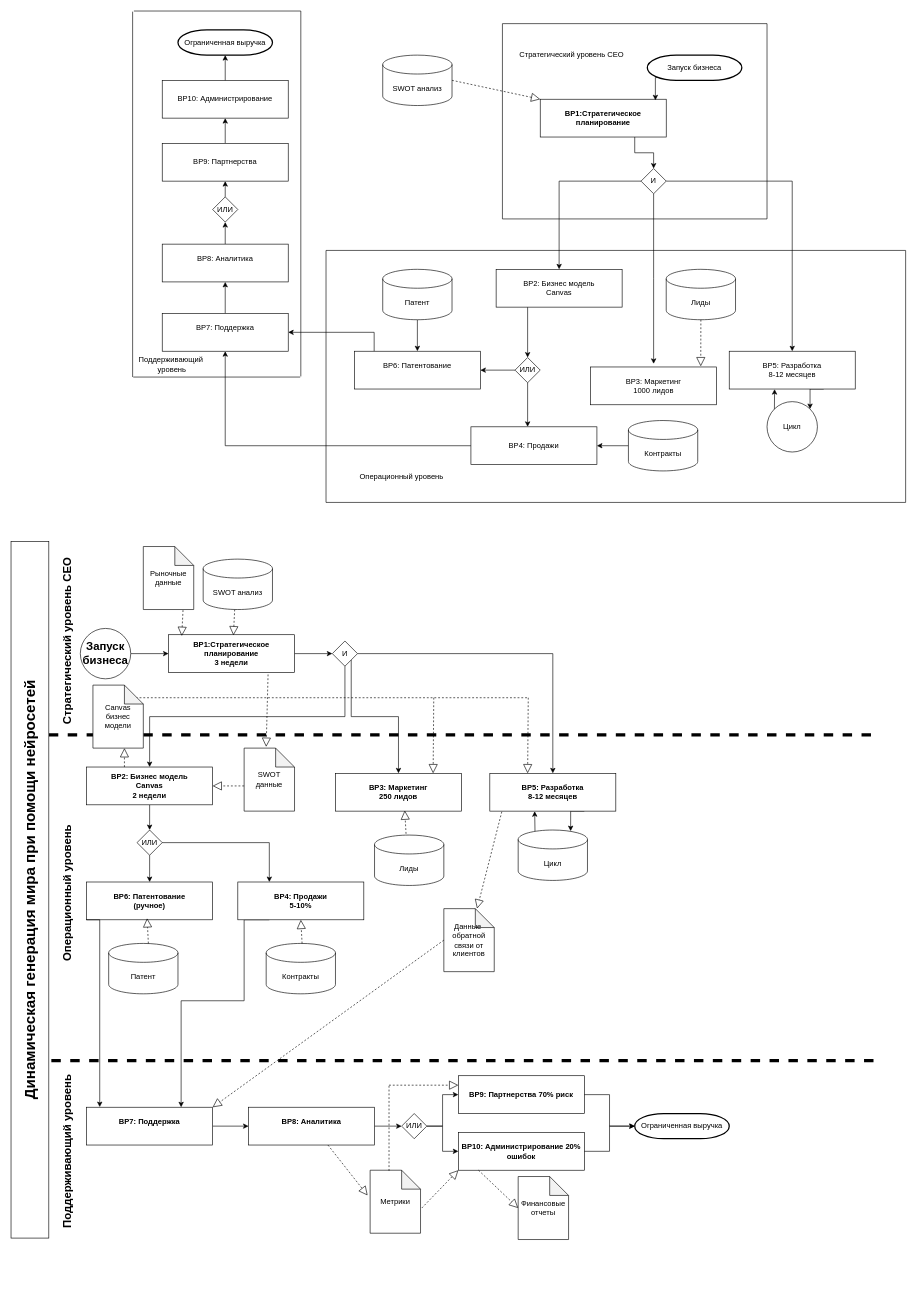
Earlier version of the draw.io diagram AS IS.drawio (Slavik993/Diplom_Shebanov_2026). Source tidied: cells renumbered, new cells numbered last; positions are measured from the earlier drawing's top-left corner, leaving out a move shared by most shapes. Both pictures are drawn from the tidied source at 63%, with x=0, y=0 at pixel (-319, 11).
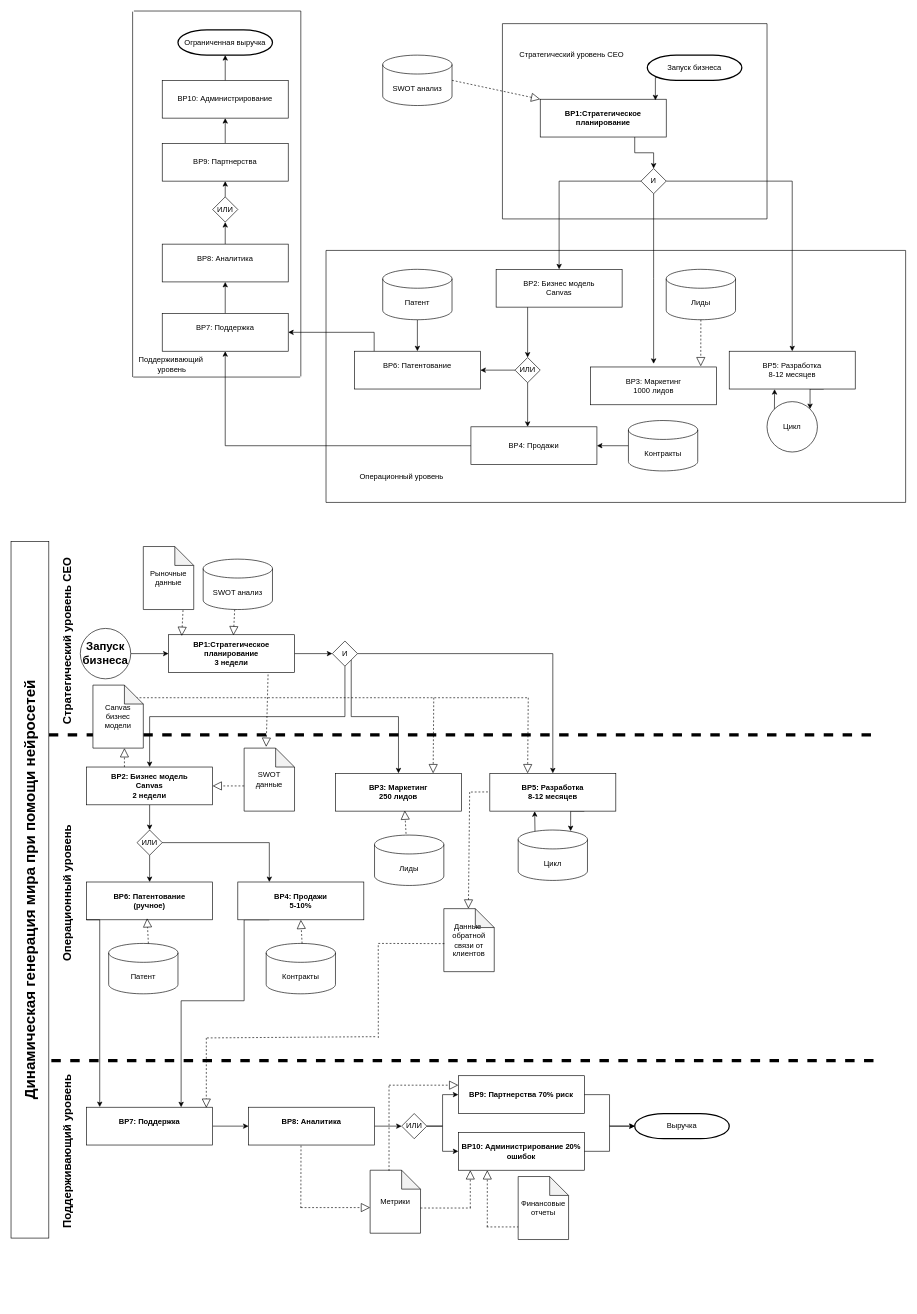
The same page after the edit.

The change refers to these unchanged cells:
```xml
<mxCell id="84" value="&lt;b&gt;BP5: Разработка&lt;br&gt;8-12 месяцев&lt;/b&gt;" style="rounded=0;whiteSpace=wrap;html=1;" parent="1" vertex="1">
  <mxGeometry x="1283" y="1210" width="200" height="60" as="geometry" />
</mxCell>
<mxCell id="92" value="&lt;b&gt;BP7: Поддержка&lt;/b&gt;&lt;div&gt;&lt;br&gt;&lt;/div&gt;" style="rounded=0;whiteSpace=wrap;html=1;" parent="1" vertex="1">
  <mxGeometry x="643" y="1740" width="200" height="60" as="geometry" />
</mxCell>
<mxCell id="100" value="&lt;b&gt;BP10: Администрирование 20% ошибок&lt;/b&gt;" style="rounded=0;whiteSpace=wrap;html=1;" parent="1" vertex="1">
  <mxGeometry x="1233" y="1780" width="200" height="60" as="geometry" />
</mxCell>
<mxCell id="116" value="Метрики" style="shape=note;whiteSpace=wrap;html=1;backgroundOutline=1;darkOpacity=0.05;" parent="1" vertex="1">
  <mxGeometry x="1093" y="1840" width="80" height="100" as="geometry" />
</mxCell>
<mxCell id="121" value="Финансовые отчеты" style="shape=note;whiteSpace=wrap;html=1;backgroundOutline=1;darkOpacity=0.05;" parent="1" vertex="1">
  <mxGeometry x="1328" y="1850" width="80" height="100" as="geometry" />
</mxCell>
<mxCell id="123" value="Данные&amp;nbsp; обратной связи от клиентов" style="shape=note;whiteSpace=wrap;html=1;backgroundOutline=1;darkOpacity=0.05;" parent="1" vertex="1">
  <mxGeometry x="1210" y="1424.8" width="80" height="100" as="geometry" />
</mxCell>
```

Diff of the diagram source:
```diff
@@
-    <mxCell id="101" value="Ограниченная выручка" style="strokeWidth=2;html=1;shape=mxgraph.flowchart.terminator;whiteSpace=wrap;" parent="1" vertex="1">
+    <mxCell id="101" value="Выручка" style="strokeWidth=2;html=1;shape=mxgraph.flowchart.terminator;whiteSpace=wrap;" parent="1" vertex="1">
       <mxGeometry x="1513" y="1750" width="150" height="40" as="geometry" />
     </mxCell>
@@
-    <mxCell id="117" style="endArrow=block;dashed=1;endFill=0;endSize=12;html=1;rounded=0;exitX=0.79;exitY=1.085;exitDx=0;exitDy=0;exitPerimeter=0;entryX=-0.05;entryY=0.4;entryDx=0;entryDy=0;entryPerimeter=0;" parent="1" edge="1" target="116">
-      <mxGeometry relative="1" as="geometry">
-        <mxPoint x="1026" y="1800" as="sourcePoint" />
-      </mxGeometry>
-    </mxCell>
-    <mxCell id="118" style="endArrow=block;dashed=1;endFill=0;endSize=12;html=1;rounded=0;exitX=0.79;exitY=1.085;exitDx=0;exitDy=0;exitPerimeter=0;entryX=0;entryY=1;entryDx=0;entryDy=0;" parent="1" edge="1" target="100">
-      <mxGeometry relative="1" as="geometry">
-        <mxPoint x="1175" y="1900" as="sourcePoint" />
-      </mxGeometry>
-    </mxCell>
@@
-    <mxCell id="122" style="endArrow=block;dashed=1;endFill=0;endSize=12;html=1;rounded=0;exitX=0.79;exitY=1.085;exitDx=0;exitDy=0;exitPerimeter=0;entryX=0;entryY=0.5;entryDx=0;entryDy=0;entryPerimeter=0;" parent="1" edge="1" target="121">
-      <mxGeometry relative="1" as="geometry">
-        <mxPoint x="1265" y="1840" as="sourcePoint" />
-      </mxGeometry>
-    </mxCell>
@@
-    <mxCell id="124" style="endArrow=block;dashed=1;endFill=0;endSize=12;html=1;rounded=0;exitX=0.095;exitY=1.017;exitDx=0;exitDy=0;exitPerimeter=0;" parent="1" edge="1" source="84" target="123">
-      <mxGeometry relative="1" as="geometry" />
-    </mxCell>
-    <mxCell id="125" style="endArrow=block;dashed=1;endFill=0;endSize=12;html=1;rounded=0;exitX=0;exitY=0.5;exitDx=0;exitDy=0;exitPerimeter=0;entryX=1;entryY=0;entryDx=0;entryDy=0;" parent="1" edge="1" source="123" target="92">
-      <mxGeometry relative="1" as="geometry" />
-    </mxCell>
+    <mxCell id="126" style="endArrow=none;dashed=1;html=1;rounded=0;" parent="1" edge="1">
+      <mxGeometry relative="1" as="geometry">
+        <mxPoint x="1105.9" y="1480" as="sourcePoint" />
+        <mxPoint x="1212.9" y="1480.3" as="targetPoint" />
+      </mxGeometry>
+    </mxCell>
+    <mxCell id="127" style="endArrow=none;dashed=1;html=1;rounded=0;" parent="1" edge="1">
+      <mxGeometry relative="1" as="geometry">
+        <mxPoint x="1106" y="1630" as="sourcePoint" />
+        <mxPoint x="1105.9" y="1480" as="targetPoint" />
+      </mxGeometry>
+    </mxCell>
+    <mxCell id="128" style="endArrow=none;dashed=1;html=1;rounded=0;" parent="1" edge="1">
+      <mxGeometry relative="1" as="geometry">
+        <mxPoint x="834" y="1630" as="sourcePoint" />
+        <mxPoint x="1103.9" y="1628" as="targetPoint" />
+      </mxGeometry>
+    </mxCell>
+    <mxCell id="129" style="endArrow=block;dashed=1;endFill=0;endSize=12;html=1;rounded=0;entryX=0.3;entryY=0;entryDx=0;entryDy=0;entryPerimeter=0;" parent="1" edge="1">
+      <mxGeometry relative="1" as="geometry">
+        <mxPoint x="833" y="1630" as="sourcePoint" />
+        <mxPoint x="833" y="1741" as="targetPoint" />
+      </mxGeometry>
+    </mxCell>
+    <mxCell id="130" style="endArrow=none;dashed=1;html=1;rounded=0;" parent="1" edge="1">
+      <mxGeometry relative="1" as="geometry">
+        <mxPoint x="1253" y="1239.7" as="sourcePoint" />
+        <mxPoint x="1283" y="1239.5" as="targetPoint" />
+      </mxGeometry>
+    </mxCell>
+    <mxCell id="131" style="endArrow=block;dashed=1;endFill=0;endSize=12;html=1;rounded=0;" parent="1" edge="1">
+      <mxGeometry relative="1" as="geometry">
+        <mxPoint x="1251" y="1239.8" as="sourcePoint" />
+        <mxPoint x="1249" y="1424.8" as="targetPoint" />
+      </mxGeometry>
+    </mxCell>
+    <mxCell id="132" style="endArrow=none;dashed=1;html=1;rounded=0;" parent="1" edge="1">
+      <mxGeometry relative="1" as="geometry">
+        <mxPoint x="983" y="1900" as="sourcePoint" />
+        <mxPoint x="983.3" y="1800" as="targetPoint" />
+      </mxGeometry>
+    </mxCell>
+    <mxCell id="133" style="endArrow=block;dashed=1;endFill=0;endSize=12;html=1;rounded=0;entryX=0;entryY=0.25;entryDx=0;entryDy=0;" parent="1" edge="1">
+      <mxGeometry relative="1" as="geometry">
+        <mxPoint x="983" y="1899.3" as="sourcePoint" />
+        <mxPoint x="1093" y="1899.3" as="targetPoint" />
+      </mxGeometry>
+    </mxCell>
+    <mxCell id="134" style="endArrow=block;dashed=1;endFill=0;endSize=12;html=1;rounded=0;entryX=0.25;entryY=1;entryDx=0;entryDy=0;" parent="1" edge="1">
+      <mxGeometry relative="1" as="geometry">
+        <mxPoint x="1252" y="1900" as="sourcePoint" />
+        <mxPoint x="1252" y="1840" as="targetPoint" />
+      </mxGeometry>
+    </mxCell>
+    <mxCell id="135" style="endArrow=none;dashed=1;html=1;rounded=0;" parent="1" edge="1">
+      <mxGeometry relative="1" as="geometry">
+        <mxPoint x="1173" y="1900" as="sourcePoint" />
+        <mxPoint x="1253" y="1900" as="targetPoint" />
+      </mxGeometry>
+    </mxCell>
+    <mxCell id="136" style="endArrow=none;dashed=1;html=1;rounded=0;" parent="1" edge="1">
+      <mxGeometry relative="1" as="geometry">
+        <mxPoint x="1278" y="1930" as="sourcePoint" />
+        <mxPoint x="1328" y="1930" as="targetPoint" />
+      </mxGeometry>
+    </mxCell>
+    <mxCell id="137" style="endArrow=block;dashed=1;endFill=0;endSize=12;html=1;rounded=0;entryX=0.25;entryY=1;entryDx=0;entryDy=0;" parent="1" edge="1">
+      <mxGeometry relative="1" as="geometry">
+        <mxPoint x="1279" y="1930" as="sourcePoint" />
+        <mxPoint x="1279" y="1840" as="targetPoint" />
+      </mxGeometry>
+    </mxCell>
```
